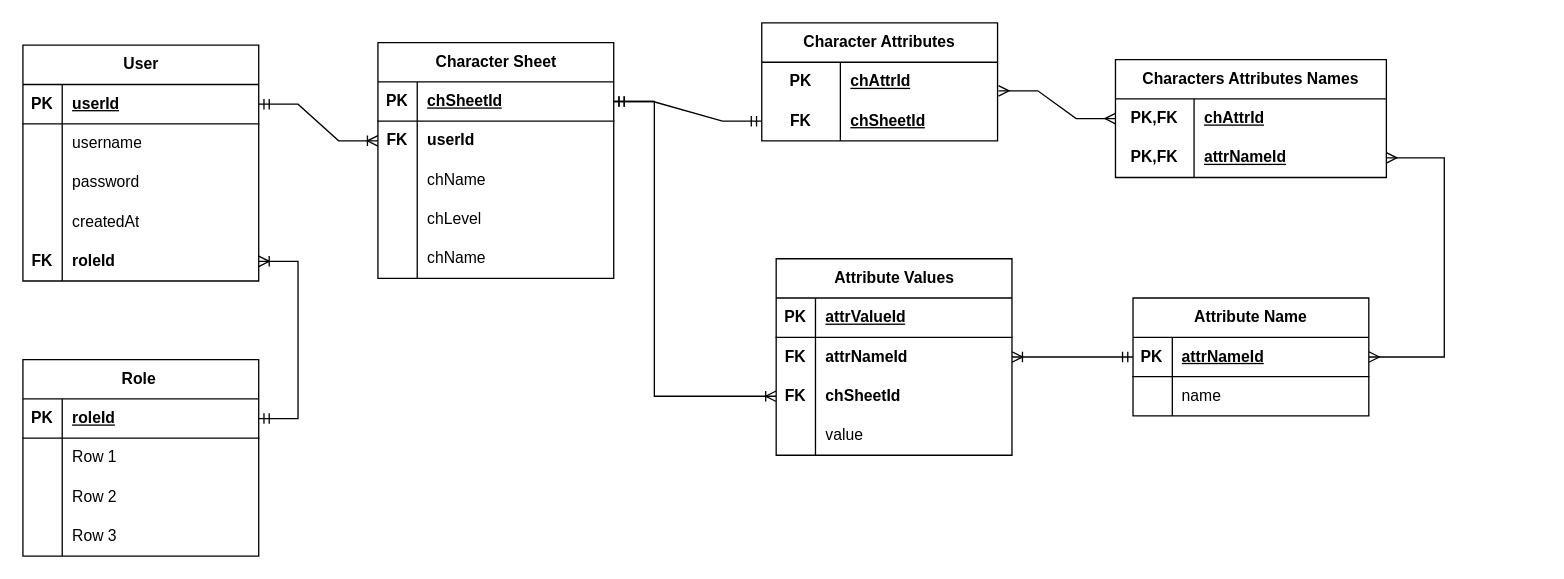
Before: db-diagram.drawio in decioneto/rpg-ghanor-dashboard, a draw.io diagram. Source tidied: cells renumbered, new cells numbered last; positions are measured from the earlier drawing's top-left corner, leaving out a move shared by most shapes. Both pictures are drawn from the tidied source at 131%, with x=0, y=0 at pixel (22, 22).
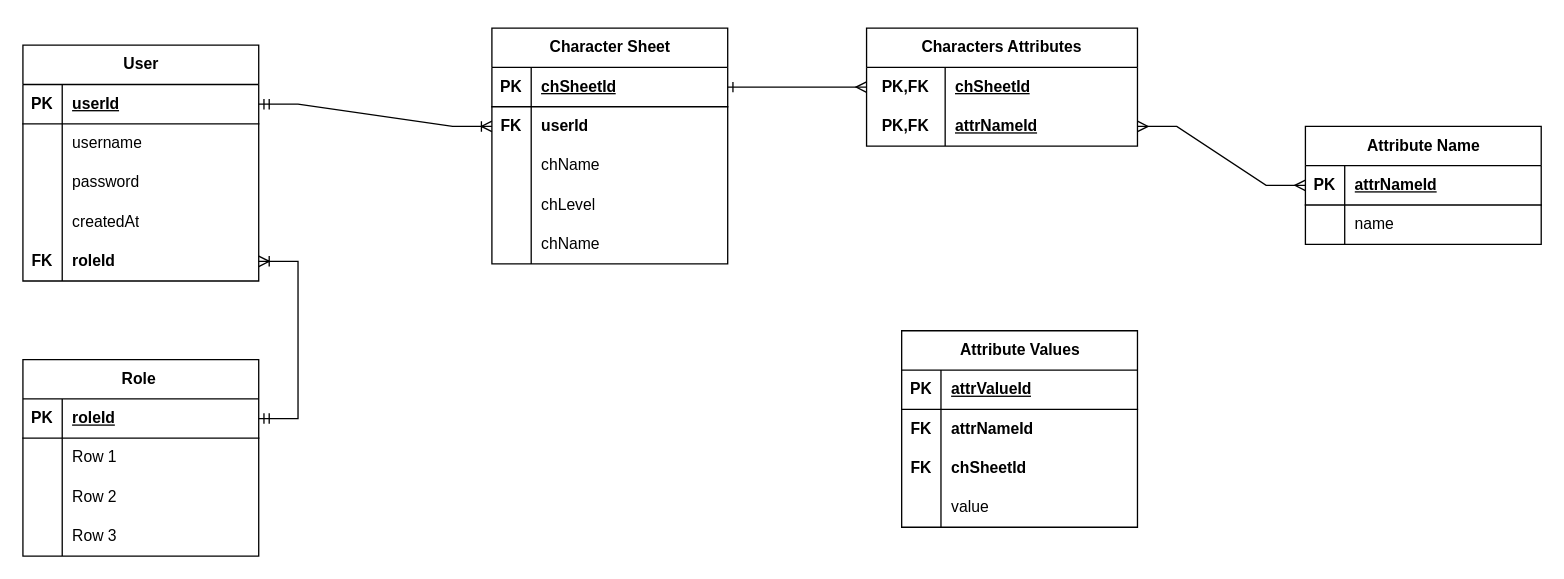
The same diagram, later.

The change refers to these unchanged cells:
```xml
<mxCell id="32" style="shape=tableRow;horizontal=0;startSize=0;swimlaneHead=0;swimlaneBody=0;fillColor=none;points=[[0,0.5],[1,0.5]];portConstraint=eastwest;top=0;left=0;right=0;bottom=1;" parent="31" vertex="1">
  <mxGeometry y="30" width="180" height="30" as="geometry" />
</mxCell>
<mxCell id="55" style="shape=tableRow;horizontal=0;startSize=0;swimlaneHead=0;swimlaneBody=0;fillColor=none;points=[[0,0.5],[1,0.5]];portConstraint=eastwest;top=0;left=0;right=0;bottom=1;" parent="54" vertex="1">
  <mxGeometry y="30" width="180" height="30" as="geometry" />
</mxCell>
<mxCell id="65" style="shape=tableRow;horizontal=0;startSize=0;swimlaneHead=0;swimlaneBody=0;fillColor=none;points=[[0,0.5],[1,0.5]];portConstraint=eastwest;top=0;left=0;right=0;bottom=0;fontStyle=1;" parent="61" vertex="1">
  <mxGeometry y="60" width="180" height="30" as="geometry" />
</mxCell>
<mxCell id="68" style="shape=tableRow;horizontal=0;startSize=0;swimlaneHead=0;swimlaneBody=0;fillColor=none;points=[[0,0.5],[1,0.5]];portConstraint=eastwest;top=0;left=0;right=0;bottom=0;fontStyle=1;" parent="61" vertex="1">
  <mxGeometry y="90" width="180" height="30" as="geometry" />
</mxCell>
<mxCell id="81" style="shape=tableRow;horizontal=0;startSize=0;swimlaneHead=0;swimlaneBody=0;fillColor=none;points=[[0,0.5],[1,0.5]];portConstraint=eastwest;top=0;left=0;right=0;bottom=0;html=1;" parent="80" vertex="1">
  <mxGeometry y="30" width="206.8" height="30" as="geometry" />
</mxCell>
<mxCell id="84" style="shape=tableRow;horizontal=0;startSize=0;swimlaneHead=0;swimlaneBody=0;fillColor=none;points=[[0,0.5],[1,0.5]];portConstraint=eastwest;top=0;left=0;right=0;bottom=0;html=1;" parent="80" vertex="1">
  <mxGeometry y="60" width="206.8" height="30" as="geometry" />
</mxCell>
```

Diff of the diagram source:
```diff
@@
     <mxCell id="31" value="Character Sheet" style="shape=table;startSize=30;childLayout=tableLayout;rowLines=0;fontStyle=1;align=center;html=1;" parent="1" vertex="1">
-      <mxGeometry x="271" y="15" width="180" height="180" as="geometry" />
+      <mxGeometry x="358" y="4" width="180" height="180" as="geometry" />
     </mxCell>
@@
-    <mxCell id="47" value="Character Attributes" style="shape=table;startSize=30;childLayout=tableLayout;rowLines=0;fontStyle=1;align=center;html=1;whiteSpace=wrap;" parent="1" vertex="1">
-      <mxGeometry x="564" width="180" height="90" as="geometry" />
-    </mxCell>
-    <mxCell id="48" style="shape=tableRow;horizontal=0;startSize=0;swimlaneHead=0;swimlaneBody=0;fillColor=none;points=[[0,0.5],[1,0.5]];portConstraint=eastwest;top=0;left=0;right=0;bottom=0;html=1;" parent="47" vertex="1">
-      <mxGeometry y="30" width="180" height="30" as="geometry" />
-    </mxCell>
-    <mxCell id="49" value="PK" style="shape=partialRectangle;fillColor=none;top=0;left=0;bottom=0;right=0;fontStyle=1;overflow=hidden;html=1;whiteSpace=wrap;" parent="48" vertex="1">
-      <mxGeometry width="60" height="30" as="geometry" />
-    </mxCell>
-    <mxCell id="50" value="chAttrId" style="shape=partialRectangle;fillColor=none;top=0;left=0;bottom=0;right=0;align=left;spacingLeft=6;fontStyle=5;overflow=hidden;html=1;whiteSpace=wrap;" parent="48" vertex="1">
-      <mxGeometry x="60" width="120" height="30" as="geometry" />
-    </mxCell>
-    <mxCell id="51" style="shape=tableRow;horizontal=0;startSize=0;swimlaneHead=0;swimlaneBody=0;fillColor=none;points=[[0,0.5],[1,0.5]];portConstraint=eastwest;top=0;left=0;right=0;bottom=0;html=1;" parent="47" vertex="1">
-      <mxGeometry y="60" width="180" height="30" as="geometry" />
-    </mxCell>
-    <mxCell id="52" value="FK" style="shape=partialRectangle;fillColor=none;top=0;left=0;bottom=0;right=0;fontStyle=1;overflow=hidden;html=1;whiteSpace=wrap;strokeColor=inherit;" parent="51" vertex="1">
-      <mxGeometry width="60" height="30" as="geometry" />
-    </mxCell>
-    <mxCell id="53" value="chSheetId" style="shape=partialRectangle;fillColor=none;top=0;left=0;bottom=0;right=0;align=left;spacingLeft=6;fontStyle=5;overflow=hidden;html=1;whiteSpace=wrap;strokeColor=inherit;" parent="51" vertex="1">
-      <mxGeometry x="60" width="120" height="30" as="geometry" />
-    </mxCell>
+    <mxCell id="88" style="html=1;startArrow=ERmany;startFill=0;endArrow=ERmany;endFill=0;elbow=vertical;edgeStyle=entityRelationEdgeStyle;rounded=0;exitX=0;exitY=0.5;exitDx=0;exitDy=0;entryX=1;entryY=0.5;entryDx=0;entryDy=0;" parent="1" edge="1" source="55" target="84">
+      <mxGeometry relative="1" as="geometry" />
+    </mxCell>
     <mxCell id="54" value="Attribute Name" style="shape=table;startSize=30;childLayout=tableLayout;rowLines=0;fontStyle=1;align=center;html=1;" parent="1" vertex="1">
-      <mxGeometry x="847.4" y="210" width="180" height="90" as="geometry" />
+      <mxGeometry x="979" y="79" width="180" height="90" as="geometry" />
     </mxCell>
@@
     <mxCell id="61" value="Attribute Values" style="shape=table;startSize=30;childLayout=tableLayout;rowLines=0;fontStyle=1;align=center;html=1;" parent="1" vertex="1">
-      <mxGeometry x="575" y="180" width="180" height="150" as="geometry" />
+      <mxGeometry x="670.8" y="235" width="180" height="150" as="geometry" />
     </mxCell>
@@
-    <mxCell id="76" style="edgeStyle=entityRelationEdgeStyle;fontSize=12;html=1;endArrow=ERmandOne;rounded=0;exitX=1;exitY=0.5;exitDx=0;exitDy=0;endFill=0;startArrow=ERmandOne;startFill=0;" parent="1" edge="1" source="32" target="51">
-      <mxGeometry relative="1" as="geometry" />
-    </mxCell>
-    <mxCell id="77" style="edgeStyle=entityRelationEdgeStyle;fontSize=12;html=1;endArrow=ERmany;rounded=0;endFill=0;startArrow=ERmany;startFill=0;exitX=1.004;exitY=0.728;exitDx=0;exitDy=0;exitPerimeter=0;" parent="1" edge="1" source="48" target="81">
+    <mxCell id="77" style="edgeStyle=entityRelationEdgeStyle;fontSize=12;html=1;endArrow=ERmany;rounded=0;endFill=0;startArrow=ERone;startFill=0;exitX=1;exitY=0.5;exitDx=0;exitDy=0;" parent="1" edge="1" source="32" target="81">
       <mxGeometry relative="1" as="geometry" />
     </mxCell>
-    <mxCell id="78" style="fontSize=12;html=1;endArrow=ERoneToMany;rounded=0;endFill=0;startArrow=ERmandOne;startFill=0;entryX=0;entryY=0.5;entryDx=0;entryDy=0;edgeStyle=orthogonalEdgeStyle;" parent="1" edge="1" source="32" target="68">
-      <mxGeometry relative="1" as="geometry">
-        <Array as="points">
-          <mxPoint x="482" y="60" />
-          <mxPoint x="482" y="285" />
-        </Array>
-      </mxGeometry>
-    </mxCell>
-    <mxCell id="79" style="edgeStyle=entityRelationEdgeStyle;fontSize=12;html=1;endArrow=ERoneToMany;rounded=0;endFill=0;startArrow=ERmandOne;startFill=0;exitX=0;exitY=0.5;exitDx=0;exitDy=0;" parent="1" edge="1" source="55" target="65">
-      <mxGeometry relative="1" as="geometry" />
-    </mxCell>
-    <mxCell id="80" value="Characters Attributes Names" style="shape=table;startSize=30;childLayout=tableLayout;rowLines=0;fontStyle=1;align=center;html=1;whiteSpace=wrap;" parent="1" vertex="1">
-      <mxGeometry x="834" y="28" width="206.8" height="90" as="geometry" />
+    <mxCell id="80" value="Characters Attributes" style="shape=table;startSize=30;childLayout=tableLayout;rowLines=0;fontStyle=1;align=center;html=1;whiteSpace=wrap;" parent="1" vertex="1">
+      <mxGeometry x="644" y="4" width="206.8" height="90" as="geometry" />
     </mxCell>
@@
-    <mxCell id="83" value="chAttrId" style="shape=partialRectangle;fillColor=none;top=0;left=0;bottom=0;right=0;align=left;spacingLeft=6;fontStyle=5;overflow=hidden;html=1;whiteSpace=wrap;" parent="81" vertex="1">
+    <mxCell id="83" value="chSheetId" style="shape=partialRectangle;fillColor=none;top=0;left=0;bottom=0;right=0;align=left;spacingLeft=6;fontStyle=5;overflow=hidden;html=1;whiteSpace=wrap;" parent="81" vertex="1">
       <mxGeometry x="60" width="146.8" height="30" as="geometry" />
     </mxCell>
@@
-    <mxCell id="87" style="edgeStyle=orthogonalEdgeStyle;fontSize=12;html=1;endArrow=ERmany;rounded=0;endFill=0;startArrow=ERmany;startFill=0;exitX=1;exitY=0.5;exitDx=0;exitDy=0;entryX=1;entryY=0.5;entryDx=0;entryDy=0;elbow=vertical;" parent="1" edge="1" source="84" target="55">
-      <mxGeometry relative="1" as="geometry">
-        <Array as="points">
-          <mxPoint x="1085" y="103" />
-          <mxPoint x="1085" y="255" />
-        </Array>
-      </mxGeometry>
-    </mxCell>
```
